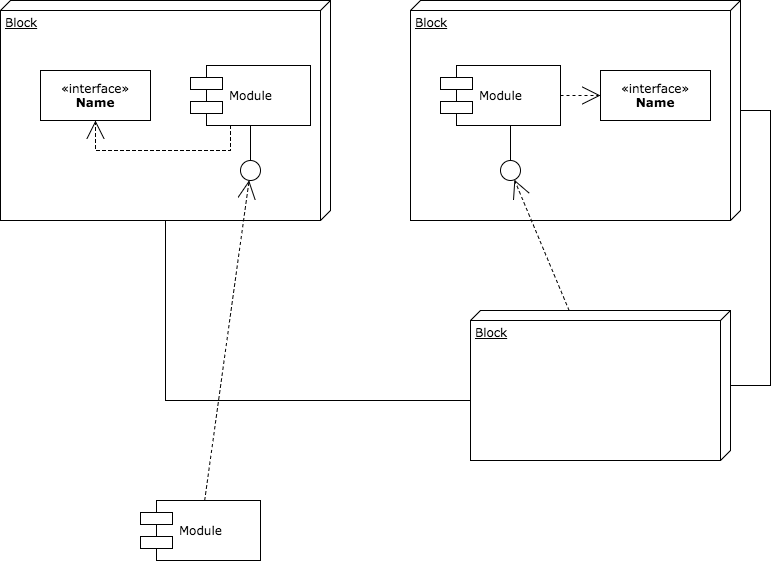
tbozhikov/testing-draw-io keeps this draw.io diagram as diag-1.png. Above is the earlier version. Source tidied: cells renumbered, new cells last; positions are measured from the earlier drawing's top-left corner, leaving out a move shared by most shapes.
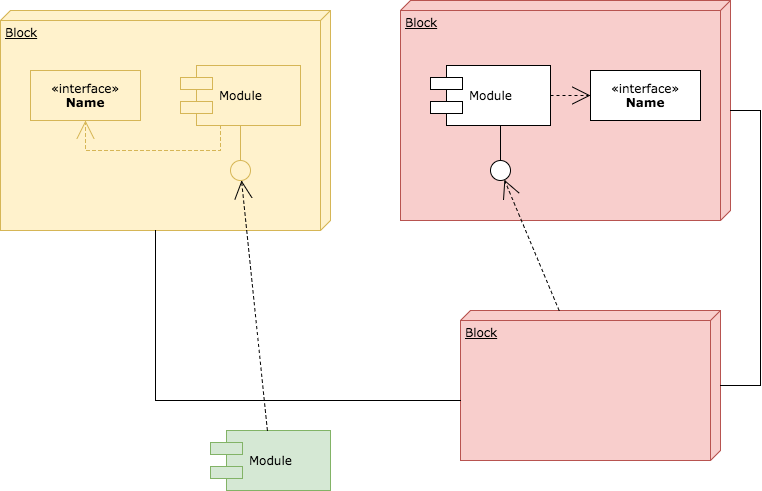
Above is the later version.

Change to the diagram source:
```diff
@@ -2,22 +2,22 @@
   <root>
     <mxCell id="0" />
     <mxCell id="1" parent="0" />
-    <mxCell id="2" value="Block" style="verticalAlign=top;align=left;spacingTop=8;spacingLeft=2;spacingRight=12;shape=cube;size=10;direction=south;fontStyle=4;html=1;rounded=0;shadow=0;comic=0;labelBackgroundColor=none;strokeColor=#000000;strokeWidth=1;fillColor=#ffffff;fontFamily=Verdana;fontSize=12;fontColor=#000000;" parent="1" vertex="1">
-      <mxGeometry width="330" height="220" as="geometry" />
+    <mxCell id="2" value="Block" style="verticalAlign=top;align=left;spacingTop=8;spacingLeft=2;spacingRight=12;shape=cube;size=10;direction=south;fontStyle=4;html=1;rounded=0;shadow=0;comic=0;labelBackgroundColor=none;strokeColor=#d6b656;strokeWidth=1;fillColor=#fff2cc;fontFamily=Verdana;fontSize=12;fontColor=#000000;" parent="1" vertex="1">
+      <mxGeometry x="10" y="10" width="330" height="220" as="geometry" />
     </mxCell>
-    <mxCell id="3" value="Block" style="verticalAlign=top;align=left;spacingTop=8;spacingLeft=2;spacingRight=12;shape=cube;size=10;direction=south;fontStyle=4;html=1;rounded=0;shadow=0;comic=0;labelBackgroundColor=none;strokeColor=#000000;strokeWidth=1;fillColor=#ffffff;fontFamily=Verdana;fontSize=12;fontColor=#000000;" parent="1" vertex="1">
+    <mxCell id="3" value="Block" style="verticalAlign=top;align=left;spacingTop=8;spacingLeft=2;spacingRight=12;shape=cube;size=10;direction=south;fontStyle=4;html=1;rounded=0;shadow=0;comic=0;labelBackgroundColor=none;strokeColor=#b85450;strokeWidth=1;fillColor=#f8cecc;fontFamily=Verdana;fontSize=12;fontColor=#000000;" parent="1" vertex="1">
       <mxGeometry x="410" width="330" height="220" as="geometry" />
     </mxCell>
-    <mxCell id="4" value="Block" style="verticalAlign=top;align=left;spacingTop=8;spacingLeft=2;spacingRight=12;shape=cube;size=10;direction=south;fontStyle=4;html=1;rounded=0;shadow=0;comic=0;labelBackgroundColor=none;strokeColor=#000000;strokeWidth=1;fillColor=#ffffff;fontFamily=Verdana;fontSize=12;fontColor=#000000;" parent="1" vertex="1">
+    <mxCell id="4" value="Block" style="verticalAlign=top;align=left;spacingTop=8;spacingLeft=2;spacingRight=12;shape=cube;size=10;direction=south;fontStyle=4;html=1;rounded=0;shadow=0;comic=0;labelBackgroundColor=none;strokeColor=#b85450;strokeWidth=1;fillColor=#f8cecc;fontFamily=Verdana;fontSize=12;fontColor=#000000;" parent="1" vertex="1">
       <mxGeometry x="470" y="310" width="260" height="150" as="geometry" />
     </mxCell>
-    <mxCell id="5" value="&amp;laquo;interface&amp;raquo;&lt;br&gt;&lt;b&gt;Name&lt;/b&gt;" style="html=1;rounded=0;shadow=0;comic=0;labelBackgroundColor=none;strokeColor=#000000;strokeWidth=1;fillColor=#ffffff;fontFamily=Verdana;fontSize=12;fontColor=#000000;align=center;" parent="1" vertex="1">
+    <mxCell id="5" value="&amp;laquo;interface&amp;raquo;&lt;br&gt;&lt;b&gt;Name&lt;/b&gt;" style="html=1;rounded=0;shadow=0;comic=0;labelBackgroundColor=none;strokeColor=#d6b656;strokeWidth=1;fillColor=#fff2cc;fontFamily=Verdana;fontSize=12;fontColor=#000000;align=center;" parent="1" vertex="1">
       <mxGeometry x="40" y="70" width="110" height="50" as="geometry" />
     </mxCell>
-    <mxCell id="6" value="Module" style="shape=component;align=left;spacingLeft=36;rounded=0;shadow=0;comic=0;labelBackgroundColor=none;strokeColor=#000000;strokeWidth=1;fillColor=#ffffff;fontFamily=Verdana;fontSize=12;fontColor=#000000;html=1;" parent="1" vertex="1">
+    <mxCell id="6" value="Module" style="shape=component;align=left;spacingLeft=36;rounded=0;shadow=0;comic=0;labelBackgroundColor=none;strokeColor=#d6b656;strokeWidth=1;fillColor=#fff2cc;fontFamily=Verdana;fontSize=12;fontColor=#000000;html=1;" parent="1" vertex="1">
       <mxGeometry x="190" y="65" width="120" height="60" as="geometry" />
     </mxCell>
-    <mxCell id="7" style="ellipse;whiteSpace=wrap;html=1;rounded=0;shadow=0;comic=0;labelBackgroundColor=none;strokeColor=#000000;strokeWidth=1;fillColor=#ffffff;fontFamily=Verdana;fontSize=12;fontColor=#000000;align=center;" parent="1" vertex="1">
+    <mxCell id="7" style="ellipse;whiteSpace=wrap;html=1;rounded=0;shadow=0;comic=0;labelBackgroundColor=none;strokeColor=#d6b656;strokeWidth=1;fillColor=#fff2cc;fontFamily=Verdana;fontSize=12;fontColor=#000000;align=center;" parent="1" vertex="1">
       <mxGeometry x="240" y="160" width="20" height="20" as="geometry" />
     </mxCell>
     <mxCell id="8" value="Module" style="shape=component;align=left;spacingLeft=36;rounded=0;shadow=0;comic=0;labelBackgroundColor=none;strokeColor=#000000;strokeWidth=1;fillColor=#ffffff;fontFamily=Verdana;fontSize=12;fontColor=#000000;html=1;" parent="1" vertex="1">
@@ -29,8 +29,8 @@
     <mxCell id="10" style="ellipse;whiteSpace=wrap;html=1;rounded=0;shadow=0;comic=0;labelBackgroundColor=none;strokeColor=#000000;strokeWidth=1;fillColor=#ffffff;fontFamily=Verdana;fontSize=12;fontColor=#000000;align=center;" parent="1" vertex="1">
       <mxGeometry x="500" y="160" width="20" height="20" as="geometry" />
     </mxCell>
-    <mxCell id="11" value="Module" style="shape=component;align=left;spacingLeft=36;rounded=0;shadow=0;comic=0;labelBackgroundColor=none;strokeColor=#000000;strokeWidth=1;fillColor=#ffffff;fontFamily=Verdana;fontSize=12;fontColor=#000000;html=1;" parent="1" vertex="1">
-      <mxGeometry x="140" y="500" width="120" height="60" as="geometry" />
+    <mxCell id="11" value="Module" style="shape=component;align=left;spacingLeft=36;rounded=0;shadow=0;comic=0;labelBackgroundColor=none;strokeColor=#82b366;strokeWidth=1;fillColor=#d5e8d4;fontFamily=Verdana;fontSize=12;fontColor=#000000;html=1;" parent="1" vertex="1">
+      <mxGeometry x="220" y="430" width="120" height="60" as="geometry" />
     </mxCell>
     <mxCell id="12" style="edgeStyle=none;rounded=0;html=1;dashed=1;labelBackgroundColor=none;startArrow=none;startFill=0;startSize=8;endArrow=open;endFill=0;endSize=16;fontFamily=Verdana;fontSize=12;" parent="1" edge="1" source="11" target="7">
       <mxGeometry relative="1" as="geometry" />
@@ -41,10 +41,10 @@
     <mxCell id="14" style="edgeStyle=elbowEdgeStyle;rounded=0;html=1;labelBackgroundColor=none;startArrow=none;startFill=0;startSize=8;endArrow=none;endFill=0;endSize=16;fontFamily=Verdana;fontSize=12;" parent="1" edge="1" source="10" target="8">
       <mxGeometry relative="1" as="geometry" />
     </mxCell>
-    <mxCell id="15" style="edgeStyle=elbowEdgeStyle;rounded=0;html=1;labelBackgroundColor=none;startArrow=none;startFill=0;startSize=8;endArrow=none;endFill=0;endSize=16;fontFamily=Verdana;fontSize=12;" parent="1" edge="1" source="7" target="6">
+    <mxCell id="15" style="edgeStyle=elbowEdgeStyle;rounded=0;html=1;labelBackgroundColor=none;startArrow=none;startFill=0;startSize=8;endArrow=none;endFill=0;endSize=16;fontFamily=Verdana;fontSize=12;fillColor=#fff2cc;strokeColor=#d6b656;" parent="1" edge="1" source="7" target="6">
       <mxGeometry relative="1" as="geometry" />
     </mxCell>
-    <mxCell id="16" style="edgeStyle=orthogonalEdgeStyle;rounded=0;html=1;labelBackgroundColor=none;startArrow=none;startFill=0;startSize=8;endArrow=open;endFill=0;endSize=16;fontFamily=Verdana;fontSize=12;dashed=1;" parent="1" edge="1" source="6" target="5">
+    <mxCell id="16" style="edgeStyle=orthogonalEdgeStyle;rounded=0;html=1;labelBackgroundColor=none;startArrow=none;startFill=0;startSize=8;endArrow=open;endFill=0;endSize=16;fontFamily=Verdana;fontSize=12;dashed=1;fillColor=#fff2cc;strokeColor=#d6b656;" parent="1" edge="1" source="6" target="5">
       <mxGeometry relative="1" as="geometry">
         <Array as="points">
           <mxPoint x="230" y="150" />
```
